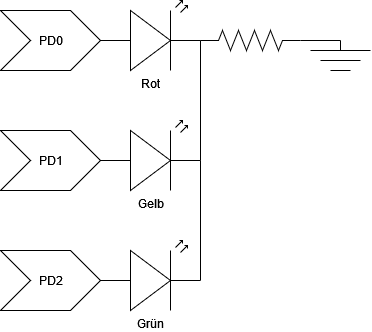
The draw.io diagram Praktikum 2/Schaltplan.png in xBarracuda/EmbeddedSystems, before a commit. Source tidied: cells renumbered, new cells last; positions are measured from the earlier drawing's top-left corner, leaving out a move shared by most shapes. Source of this version:
```xml
<mxGraphModel>
  <root>
    <mxCell id="0" />
    <mxCell id="1" parent="0" />
    <mxCell id="2" value="PD0" style="html=1;shadow=0;dashed=0;align=center;verticalAlign=middle;shape=mxgraph.arrows2.arrow;dy=0;dx=30;notch=30;" parent="1" vertex="1">
      <mxGeometry y="10" width="100" height="60" as="geometry" />
    </mxCell>
    <mxCell id="3" value="&lt;div&gt;PD2&lt;/div&gt;" style="html=1;shadow=0;dashed=0;align=center;verticalAlign=middle;shape=mxgraph.arrows2.arrow;dy=0;dx=30;notch=30;" parent="1" vertex="1">
      <mxGeometry y="250" width="100" height="60" as="geometry" />
    </mxCell>
    <mxCell id="4" value="&lt;div&gt;PD1&lt;/div&gt;" style="html=1;shadow=0;dashed=0;align=center;verticalAlign=middle;shape=mxgraph.arrows2.arrow;dy=0;dx=30;notch=30;" parent="1" vertex="1">
      <mxGeometry y="130" width="100" height="60" as="geometry" />
    </mxCell>
    <mxCell id="5" value="Rot" style="verticalLabelPosition=bottom;shadow=0;dashed=0;align=center;html=1;verticalAlign=top;shape=mxgraph.electrical.opto_electronics.led_2;" parent="1" vertex="1">
      <mxGeometry x="100" width="100" height="70" as="geometry" />
    </mxCell>
    <mxCell id="6" value="Gelb" style="verticalLabelPosition=bottom;shadow=0;dashed=0;align=center;html=1;verticalAlign=top;shape=mxgraph.electrical.opto_electronics.led_2;" parent="1" vertex="1">
      <mxGeometry x="100" y="120" width="100" height="70" as="geometry" />
    </mxCell>
    <mxCell id="7" value="Grün" style="verticalLabelPosition=bottom;shadow=0;dashed=0;align=center;html=1;verticalAlign=top;shape=mxgraph.electrical.opto_electronics.led_2;" parent="1" vertex="1">
      <mxGeometry x="100" y="240" width="100" height="70" as="geometry" />
    </mxCell>
    <mxCell id="8" style="verticalLabelPosition=bottom;shadow=0;dashed=0;align=center;html=1;verticalAlign=top;shape=mxgraph.electrical.resistors.resistor_2;" parent="1" vertex="1">
      <mxGeometry x="200" y="30" width="100" height="20" as="geometry" />
    </mxCell>
    <mxCell id="9" style="endArrow=none;html=1;rounded=0;exitX=1;exitY=0.57;exitDx=0;exitDy=0;exitPerimeter=0;entryX=1;entryY=0.57;entryDx=0;entryDy=0;entryPerimeter=0;" parent="1" edge="1" source="6" target="5">
      <mxGeometry relative="1" as="geometry" />
    </mxCell>
    <mxCell id="10" style="endArrow=none;html=1;rounded=0;exitX=1;exitY=0.57;exitDx=0;exitDy=0;exitPerimeter=0;entryX=1;entryY=0.57;entryDx=0;entryDy=0;entryPerimeter=0;" parent="1" edge="1" source="6" target="7">
      <mxGeometry relative="1" as="geometry" />
    </mxCell>
    <mxCell id="11" style="endArrow=none;html=1;rounded=0;exitX=1;exitY=0.5;exitDx=0;exitDy=0;exitPerimeter=0;" parent="1" edge="1" source="8">
      <mxGeometry relative="1" as="geometry">
        <mxPoint x="340" y="40" as="targetPoint" />
      </mxGeometry>
    </mxCell>
    <mxCell id="12" style="endArrow=none;html=1;rounded=0;" parent="1" edge="1">
      <mxGeometry relative="1" as="geometry">
        <mxPoint x="310" y="50" as="sourcePoint" />
        <mxPoint x="370" y="50" as="targetPoint" />
      </mxGeometry>
    </mxCell>
    <mxCell id="13" style="endArrow=none;html=1;rounded=0;" parent="1" edge="1">
      <mxGeometry relative="1" as="geometry">
        <mxPoint x="360" y="60" as="sourcePoint" />
        <mxPoint x="320" y="60" as="targetPoint" />
      </mxGeometry>
    </mxCell>
    <mxCell id="14" style="endArrow=none;html=1;rounded=0;" parent="1" edge="1">
      <mxGeometry relative="1" as="geometry">
        <mxPoint x="330" y="70" as="sourcePoint" />
        <mxPoint x="330" y="70" as="targetPoint" />
      </mxGeometry>
    </mxCell>
    <mxCell id="15" style="endArrow=none;html=1;rounded=0;" parent="1" edge="1">
      <mxGeometry relative="1" as="geometry">
        <mxPoint x="350" y="70" as="sourcePoint" />
        <mxPoint x="330" y="70" as="targetPoint" />
      </mxGeometry>
    </mxCell>
    <mxCell id="16" style="endArrow=none;html=1;rounded=0;" parent="1" edge="1">
      <mxGeometry relative="1" as="geometry">
        <mxPoint x="340" y="50" as="sourcePoint" />
        <mxPoint x="340" y="40" as="targetPoint" />
      </mxGeometry>
    </mxCell>
  </root>
</mxGraphModel>
```
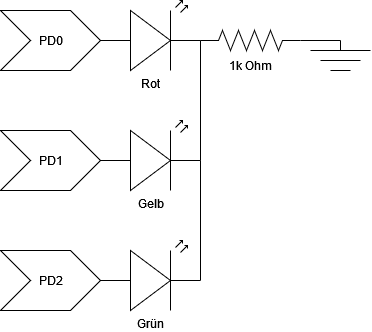
Later version of the same file.

What changed in the source:
```diff
@@ -64,5 +64,8 @@
         <mxPoint x="340" y="40" as="targetPoint" />
       </mxGeometry>
     </mxCell>
+    <mxCell id="17" value="1k Ohm" style="text;html=1;align=center;verticalAlign=middle;strokeColor=none;fillColor=none;" parent="1" vertex="1">
+      <mxGeometry x="215" y="50" width="70" height="30" as="geometry" />
+    </mxCell>
   </root>
 </mxGraphModel>
```
